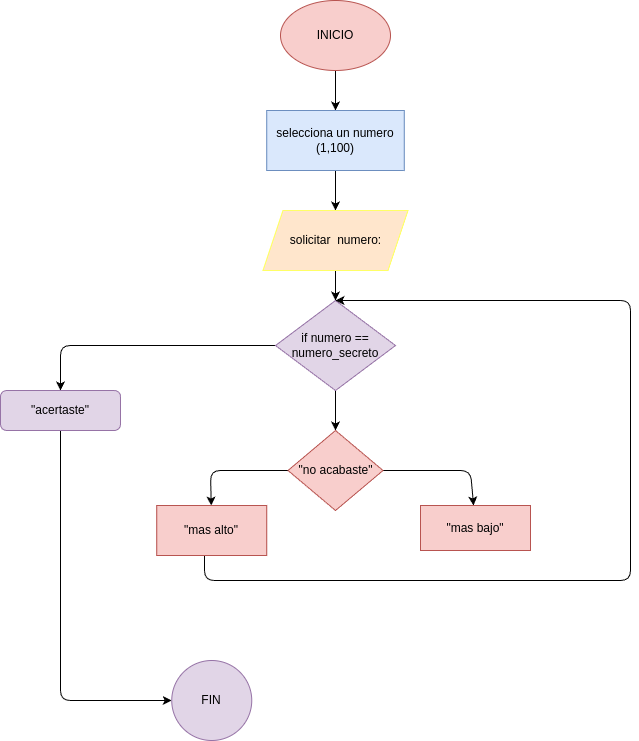
Earlier version of the draw.io export Ejercicio No.3/diagrama.png (mariapaulacarreno/Ejercicios_practica_while). Source tidied: cells renumbered, new cells last; positions are measured from the earlier drawing's top-left corner, leaving out a move shared by most shapes. The source it was exported from:
```xml
<mxGraphModel>
  <root>
    <mxCell id="0" />
    <mxCell id="1" parent="0" />
    <mxCell id="2" style="edgeStyle=none;html=1;" parent="1" edge="1" source="3" target="5">
      <mxGeometry relative="1" as="geometry" />
    </mxCell>
    <mxCell id="3" value="INICIO" style="ellipse;whiteSpace=wrap;html=1;fillColor=#f8cecc;strokeColor=#b85450;" parent="1" vertex="1">
      <mxGeometry x="280" width="110" height="70" as="geometry" />
    </mxCell>
    <mxCell id="4" style="edgeStyle=none;html=1;" parent="1" edge="1" source="5" target="7">
      <mxGeometry relative="1" as="geometry" />
    </mxCell>
    <mxCell id="5" value="selecciona un numero&lt;div&gt;(1,100)&lt;/div&gt;" style="whiteSpace=wrap;html=1;fillColor=#dae8fc;strokeColor=#6c8ebf;" parent="1" vertex="1">
      <mxGeometry x="266.2" y="110" width="137.5" height="60" as="geometry" />
    </mxCell>
    <mxCell id="6" style="edgeStyle=none;html=1;" parent="1" edge="1" source="7" target="10">
      <mxGeometry relative="1" as="geometry" />
    </mxCell>
    <mxCell id="7" value="solicitar&amp;nbsp; numero:" style="shape=parallelogram;perimeter=parallelogramPerimeter;whiteSpace=wrap;html=1;fixedSize=1;fillColor=#ffe6cc;strokeColor=#FFFF66;" parent="1" vertex="1">
      <mxGeometry x="262.5" y="210" width="145" height="60" as="geometry" />
    </mxCell>
    <mxCell id="8" style="edgeStyle=none;html=1;" parent="1" edge="1" source="10" target="12">
      <mxGeometry relative="1" as="geometry">
        <Array as="points">
          <mxPoint x="60" y="345" />
        </Array>
      </mxGeometry>
    </mxCell>
    <mxCell id="9" style="edgeStyle=none;html=1;" parent="1" edge="1" source="10" target="15">
      <mxGeometry relative="1" as="geometry" />
    </mxCell>
    <mxCell id="10" value="if numero ==&lt;div&gt;numero_secreto&lt;/div&gt;" style="rhombus;whiteSpace=wrap;html=1;fillColor=#e1d5e7;strokeColor=#9673a6;" parent="1" vertex="1">
      <mxGeometry x="275" y="300" width="120" height="90" as="geometry" />
    </mxCell>
    <mxCell id="11" style="edgeStyle=none;html=1;" parent="1" edge="1" source="12" target="19">
      <mxGeometry relative="1" as="geometry">
        <Array as="points">
          <mxPoint x="60" y="700" />
        </Array>
      </mxGeometry>
    </mxCell>
    <mxCell id="12" value="&quot;acertaste&quot;" style="rounded=1;whiteSpace=wrap;html=1;fillColor=#e1d5e7;strokeColor=#9673a6;" parent="1" vertex="1">
      <mxGeometry y="390" width="120" height="40" as="geometry" />
    </mxCell>
    <mxCell id="13" style="edgeStyle=none;html=1;exitX=0;exitY=0.5;exitDx=0;exitDy=0;" parent="1" edge="1" source="15" target="17">
      <mxGeometry relative="1" as="geometry">
        <Array as="points">
          <mxPoint x="210" y="470" />
        </Array>
      </mxGeometry>
    </mxCell>
    <mxCell id="14" style="edgeStyle=none;html=1;" parent="1" edge="1" source="15" target="18">
      <mxGeometry relative="1" as="geometry">
        <Array as="points">
          <mxPoint x="470" y="470" />
        </Array>
      </mxGeometry>
    </mxCell>
    <mxCell id="15" value="&quot;no acabaste&quot;" style="rhombus;whiteSpace=wrap;html=1;fillColor=#f8cecc;strokeColor=#b85450;" parent="1" vertex="1">
      <mxGeometry x="287.5" y="430" width="95" height="80" as="geometry" />
    </mxCell>
    <mxCell id="16" style="edgeStyle=none;html=1;entryX=0.5;entryY=0;entryDx=0;entryDy=0;exitX=0.566;exitY=0.04;exitDx=0;exitDy=0;exitPerimeter=0;" parent="1" edge="1" source="17" target="10">
      <mxGeometry relative="1" as="geometry">
        <Array as="points">
          <mxPoint x="204" y="580" />
          <mxPoint x="630" y="580" />
          <mxPoint x="630" y="300" />
        </Array>
      </mxGeometry>
    </mxCell>
    <mxCell id="17" value="&quot;mas alto&quot;" style="whiteSpace=wrap;html=1;fillColor=#f8cecc;strokeColor=#b85450;direction=west;" parent="1" vertex="1">
      <mxGeometry x="156.2" y="505" width="110" height="50" as="geometry" />
    </mxCell>
    <mxCell id="18" value="&quot;mas bajo&quot;" style="whiteSpace=wrap;html=1;fillColor=#f8cecc;strokeColor=#b85450;" parent="1" vertex="1">
      <mxGeometry x="420" y="505" width="110" height="45" as="geometry" />
    </mxCell>
    <mxCell id="19" value="FIN" style="ellipse;whiteSpace=wrap;html=1;fillColor=#e1d5e7;strokeColor=#9673a6;rounded=1;" parent="1" vertex="1">
      <mxGeometry x="171.2" y="660" width="80" height="80" as="geometry" />
    </mxCell>
  </root>
</mxGraphModel>
```
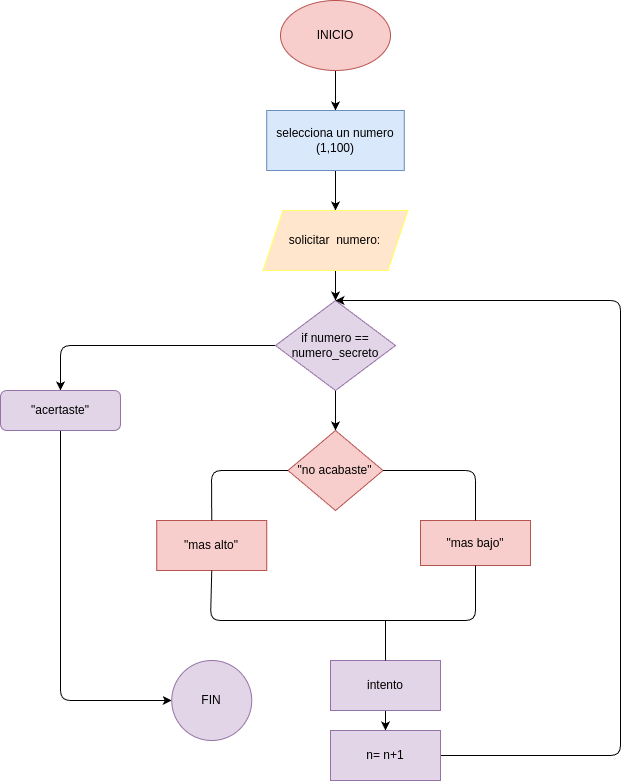
After the change.

Commit message:
se actualizo el README con análisis y diseño

Diff of the diagram source:
```diff
@@ -43,40 +43,61 @@
     <mxCell id="12" value="&quot;acertaste&quot;" style="rounded=1;whiteSpace=wrap;html=1;fillColor=#e1d5e7;strokeColor=#9673a6;" parent="1" vertex="1">
       <mxGeometry y="390" width="120" height="40" as="geometry" />
     </mxCell>
-    <mxCell id="13" style="edgeStyle=none;html=1;exitX=0;exitY=0.5;exitDx=0;exitDy=0;" parent="1" edge="1" source="15" target="17">
-      <mxGeometry relative="1" as="geometry">
-        <Array as="points">
-          <mxPoint x="210" y="470" />
-        </Array>
-      </mxGeometry>
-    </mxCell>
-    <mxCell id="14" style="edgeStyle=none;html=1;" parent="1" edge="1" source="15" target="18">
-      <mxGeometry relative="1" as="geometry">
-        <Array as="points">
-          <mxPoint x="470" y="470" />
-        </Array>
-      </mxGeometry>
-    </mxCell>
     <mxCell id="15" value="&quot;no acabaste&quot;" style="rhombus;whiteSpace=wrap;html=1;fillColor=#f8cecc;strokeColor=#b85450;" parent="1" vertex="1">
       <mxGeometry x="287.5" y="430" width="95" height="80" as="geometry" />
     </mxCell>
-    <mxCell id="16" style="edgeStyle=none;html=1;entryX=0.5;entryY=0;entryDx=0;entryDy=0;exitX=0.566;exitY=0.04;exitDx=0;exitDy=0;exitPerimeter=0;" parent="1" edge="1" source="17" target="10">
-      <mxGeometry relative="1" as="geometry">
-        <Array as="points">
-          <mxPoint x="204" y="580" />
-          <mxPoint x="630" y="580" />
-          <mxPoint x="630" y="300" />
-        </Array>
-      </mxGeometry>
-    </mxCell>
     <mxCell id="17" value="&quot;mas alto&quot;" style="whiteSpace=wrap;html=1;fillColor=#f8cecc;strokeColor=#b85450;direction=west;" parent="1" vertex="1">
-      <mxGeometry x="156.2" y="505" width="110" height="50" as="geometry" />
+      <mxGeometry x="156.2" y="520" width="110" height="50" as="geometry" />
     </mxCell>
     <mxCell id="18" value="&quot;mas bajo&quot;" style="whiteSpace=wrap;html=1;fillColor=#f8cecc;strokeColor=#b85450;" parent="1" vertex="1">
-      <mxGeometry x="420" y="505" width="110" height="45" as="geometry" />
+      <mxGeometry x="420" y="520" width="110" height="45" as="geometry" />
     </mxCell>
     <mxCell id="19" value="FIN" style="ellipse;whiteSpace=wrap;html=1;fillColor=#e1d5e7;strokeColor=#9673a6;rounded=1;" parent="1" vertex="1">
       <mxGeometry x="171.2" y="660" width="80" height="80" as="geometry" />
     </mxCell>
+    <mxCell id="20" style="edgeStyle=none;html=1;entryX=0.5;entryY=0;entryDx=0;entryDy=0;" parent="1" edge="1" source="21" target="24">
+      <mxGeometry relative="1" as="geometry" />
+    </mxCell>
+    <mxCell id="21" value="intento" style="rounded=0;whiteSpace=wrap;html=1;fillColor=#e1d5e7;strokeColor=#9673a6;" parent="1" vertex="1">
+      <mxGeometry x="330" y="660" width="110" height="50" as="geometry" />
+    </mxCell>
+    <mxCell id="22" style="endArrow=none;html=1;exitX=0.5;exitY=0;exitDx=0;exitDy=0;" parent="1" edge="1" source="21">
+      <mxGeometry relative="1" as="geometry">
+        <mxPoint x="385" y="620" as="targetPoint" />
+      </mxGeometry>
+    </mxCell>
+    <mxCell id="23" style="edgeStyle=none;html=1;entryX=0.5;entryY=0;entryDx=0;entryDy=0;" parent="1" edge="1" source="24" target="10">
+      <mxGeometry relative="1" as="geometry">
+        <Array as="points">
+          <mxPoint x="620" y="755" />
+          <mxPoint x="620" y="300" />
+        </Array>
+      </mxGeometry>
+    </mxCell>
+    <mxCell id="24" value="n= n+1" style="rounded=0;whiteSpace=wrap;html=1;fillColor=#e1d5e7;strokeColor=#9673a6;" parent="1" vertex="1">
+      <mxGeometry x="330" y="730" width="110" height="50" as="geometry" />
+    </mxCell>
+    <mxCell id="14" style="endArrow=none;html=1;exitX=1;exitY=0.5;exitDx=0;exitDy=0;entryX=0.5;entryY=0;entryDx=0;entryDy=0;" parent="1" edge="1" source="15" target="18">
+      <mxGeometry relative="1" as="geometry">
+        <Array as="points">
+          <mxPoint x="475" y="470" />
+        </Array>
+      </mxGeometry>
+    </mxCell>
+    <mxCell id="25" style="endArrow=none;html=1;entryX=0;entryY=0.5;entryDx=0;entryDy=0;exitX=0.5;exitY=1;exitDx=0;exitDy=0;" parent="1" edge="1" source="17" target="15">
+      <mxGeometry relative="1" as="geometry">
+        <Array as="points">
+          <mxPoint x="211" y="470" />
+        </Array>
+      </mxGeometry>
+    </mxCell>
+    <mxCell id="26" style="endArrow=none;html=1;entryX=0.5;entryY=1;entryDx=0;entryDy=0;exitX=0.5;exitY=0;exitDx=0;exitDy=0;" parent="1" edge="1" source="17" target="18">
+      <mxGeometry relative="1" as="geometry">
+        <Array as="points">
+          <mxPoint x="210" y="620" />
+          <mxPoint x="475" y="620" />
+        </Array>
+      </mxGeometry>
+    </mxCell>
   </root>
 </mxGraphModel>
```
